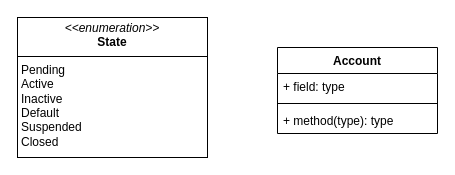
Earlier version of the draw.io diagram page "Page-3" (3 of 3) of workshop6_week7.drawio (antonykimuom/SWEN30006-2025-SM1-workshop1-tuew05-14-00-team-12). Source tidied: cells renumbered, new cells numbered last; positions are measured from the earlier drawing's top-left corner, leaving out a move shared by most shapes. Both pictures are drawn from the tidied source at 100%, with x=0, y=0 at pixel (17, 17).
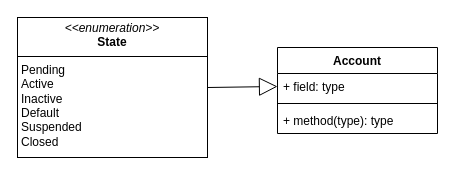
The same page after the edit.

The edit, as a diff of the source:
```diff
@@
 <mxGraphModel>
   <root>
     <mxCell id="0" />
     <mxCell id="1" parent="0" />
     <mxCell id="2" value="Account" style="swimlane;fontStyle=1;align=center;verticalAlign=top;horizontal=1;startSize=26;whiteSpace=wrap;html=1;" parent="1" vertex="1">
       <mxGeometry x="260" y="30" width="160" height="86" as="geometry" />
     </mxCell>
     <mxCell id="3" value="+ field: type" style="text;strokeColor=none;fillColor=none;align=left;verticalAlign=top;spacingLeft=4;spacingRight=4;overflow=hidden;points=[[0,0.5],[1,0.5]];portConstraint=eastwest;whiteSpace=wrap;html=1;" parent="2" vertex="1">
       <mxGeometry y="26" width="160" height="26" as="geometry" />
     </mxCell>
     <mxCell id="4" style="line;strokeWidth=1;fillColor=none;align=left;verticalAlign=middle;spacingTop=-1;spacingLeft=3;spacingRight=3;labelPosition=right;strokeColor=inherit;" parent="2" vertex="1">
       <mxGeometry y="52" width="160" height="8" as="geometry" />
     </mxCell>
     <mxCell id="5" value="+ method(type): type" style="text;strokeColor=none;fillColor=none;align=left;verticalAlign=top;spacingLeft=4;spacingRight=4;overflow=hidden;whiteSpace=wrap;html=1;" parent="2" vertex="1">
       <mxGeometry y="60" width="160" height="26" as="geometry" />
     </mxCell>
     <mxCell id="6" value="&lt;p style=&quot;margin:0px;margin-top:4px;text-align:center;&quot;&gt;&lt;i&gt;&amp;lt;&amp;lt;enumeration&amp;gt;&amp;gt;&lt;/i&gt;&lt;br&gt;&lt;b&gt;State&lt;/b&gt;&lt;/p&gt;&lt;hr size=&quot;1&quot; style=&quot;border-style:solid;&quot;&gt;&lt;p style=&quot;margin:0px;margin-left:4px;&quot;&gt;Pending&lt;/p&gt;&lt;p style=&quot;margin:0px;margin-left:4px;&quot;&gt;Active&lt;/p&gt;&lt;p style=&quot;margin:0px;margin-left:4px;&quot;&gt;Inactive&lt;/p&gt;&lt;p style=&quot;margin:0px;margin-left:4px;&quot;&gt;Default&lt;/p&gt;&lt;p style=&quot;margin:0px;margin-left:4px;&quot;&gt;Suspended&lt;/p&gt;&lt;p style=&quot;margin:0px;margin-left:4px;&quot;&gt;Closed&lt;/p&gt;&lt;p style=&quot;margin:0px;margin-left:4px;&quot;&gt;&lt;br&gt;&lt;/p&gt;" style="verticalAlign=top;align=left;overflow=fill;html=1;whiteSpace=wrap;" parent="1" vertex="1">
       <mxGeometry width="190" height="140" as="geometry" />
     </mxCell>
+    <mxCell id="7" style="endArrow=block;endSize=16;endFill=0;html=1;rounded=0;exitX=1;exitY=0.5;exitDx=0;exitDy=0;entryX=0;entryY=0.5;entryDx=0;entryDy=0;" parent="1" edge="1" source="6" target="3">
+      <mxGeometry relative="1" as="geometry" />
+    </mxCell>
   </root>
 </mxGraphModel>
```
